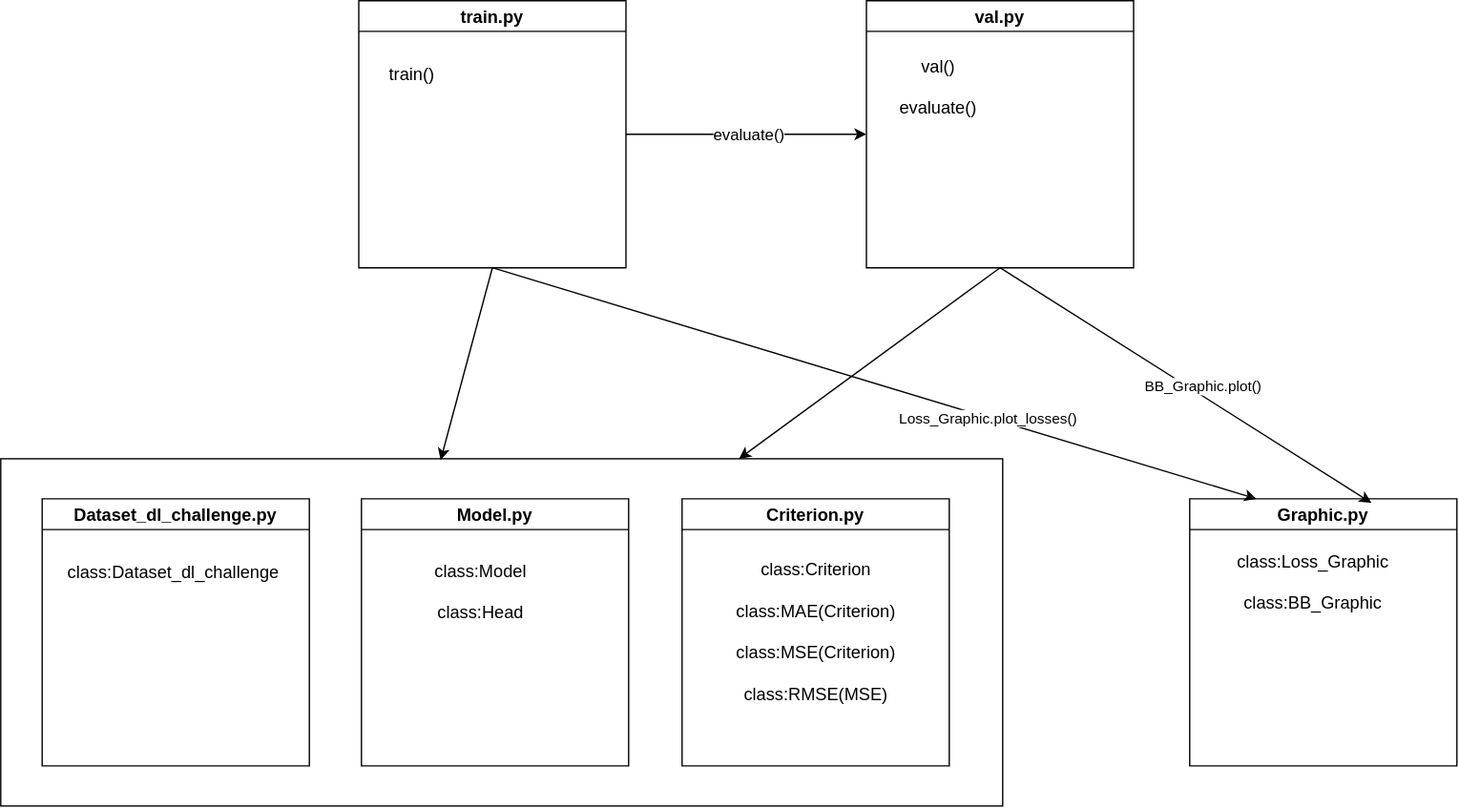
Above: docu/code-structure.drawio.svg in Z5cc/3d-bboxes (draw.io), before the change. Source tidied: cells renumbered, new cells last; positions are measured from the earlier drawing's top-left corner, leaving out a move shared by most shapes.
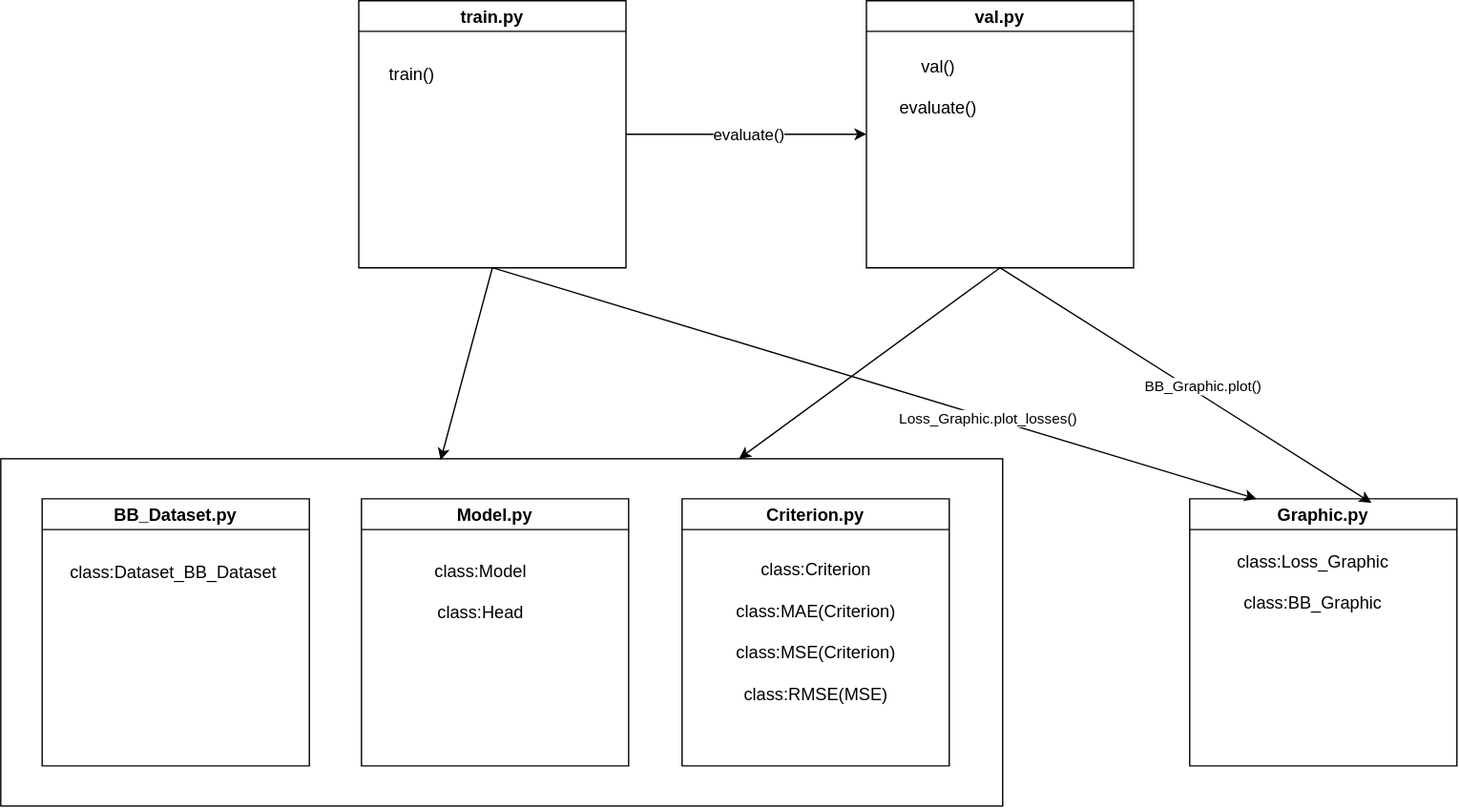
Above is the later version.

Change to the diagram source:
```diff
@@ -23,10 +23,10 @@
     <mxCell id="8" value="&lt;font style=&quot;font-size: 13px;&quot;&gt;val()&lt;/font&gt;&lt;div&gt;&lt;span style=&quot;font-size: 13px;&quot;&gt;&lt;br&gt;&lt;/span&gt;&lt;div&gt;&lt;font style=&quot;font-size: 13px;&quot;&gt;evaluate()&lt;/font&gt;&lt;/div&gt;&lt;/div&gt;" style="text;html=1;whiteSpace=wrap;strokeColor=none;fillColor=none;align=center;verticalAlign=middle;rounded=0;" parent="7" vertex="1">
       <mxGeometry x="24" y="50" width="60" height="30" as="geometry" />
     </mxCell>
-    <mxCell id="9" value="&lt;font style=&quot;font-size: 13px;&quot;&gt;Dataset_dl_challenge.py&lt;/font&gt;" style="swimlane;whiteSpace=wrap;html=1;" parent="1" vertex="1">
+    <mxCell id="9" value="&lt;font style=&quot;font-size: 13px;&quot;&gt;BB_Dataset.py&lt;/font&gt;" style="swimlane;whiteSpace=wrap;html=1;" parent="1" vertex="1">
       <mxGeometry x="31" y="373" width="200" height="200" as="geometry" />
     </mxCell>
-    <mxCell id="10" value="&lt;font style=&quot;font-size: 13px;&quot;&gt;class:Dataset_dl_challenge&lt;/font&gt;" style="text;html=1;whiteSpace=wrap;strokeColor=none;fillColor=none;align=center;verticalAlign=middle;rounded=0;" parent="9" vertex="1">
+    <mxCell id="10" value="&lt;font style=&quot;font-size: 13px;&quot;&gt;class:Dataset_BB_Dataset&lt;/font&gt;" style="text;html=1;whiteSpace=wrap;strokeColor=none;fillColor=none;align=center;verticalAlign=middle;rounded=0;" parent="9" vertex="1">
       <mxGeometry x="18" y="40" width="161" height="30" as="geometry" />
     </mxCell>
     <mxCell id="11" value="&lt;font style=&quot;font-size: 13px;&quot;&gt;Criterion.py&lt;/font&gt;" style="swimlane;whiteSpace=wrap;html=1;" parent="1" vertex="1">
```
